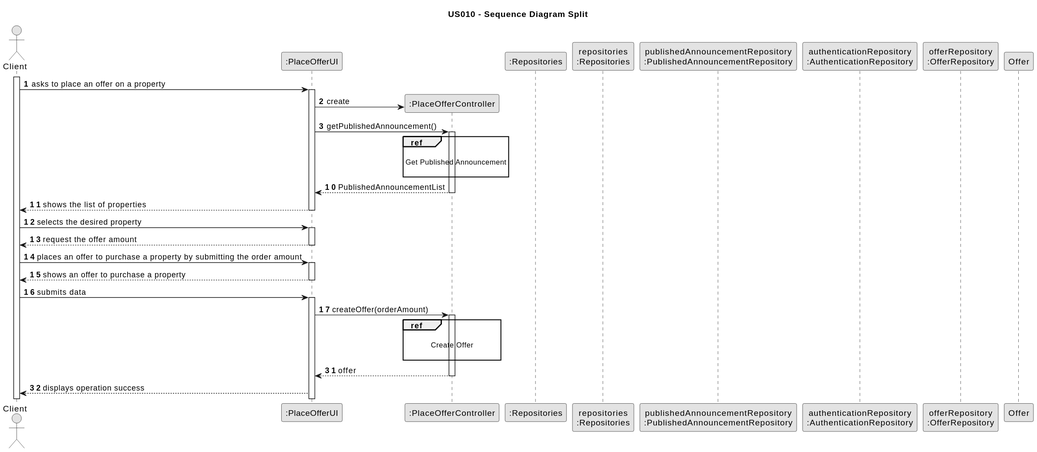
PureNimble/ISEP-LAPR2 keeps this PlantUML diagram as docs/sprintD/US010/03.design/svg/us010-sequence-diagram-split.svg. Above is the earlier version.
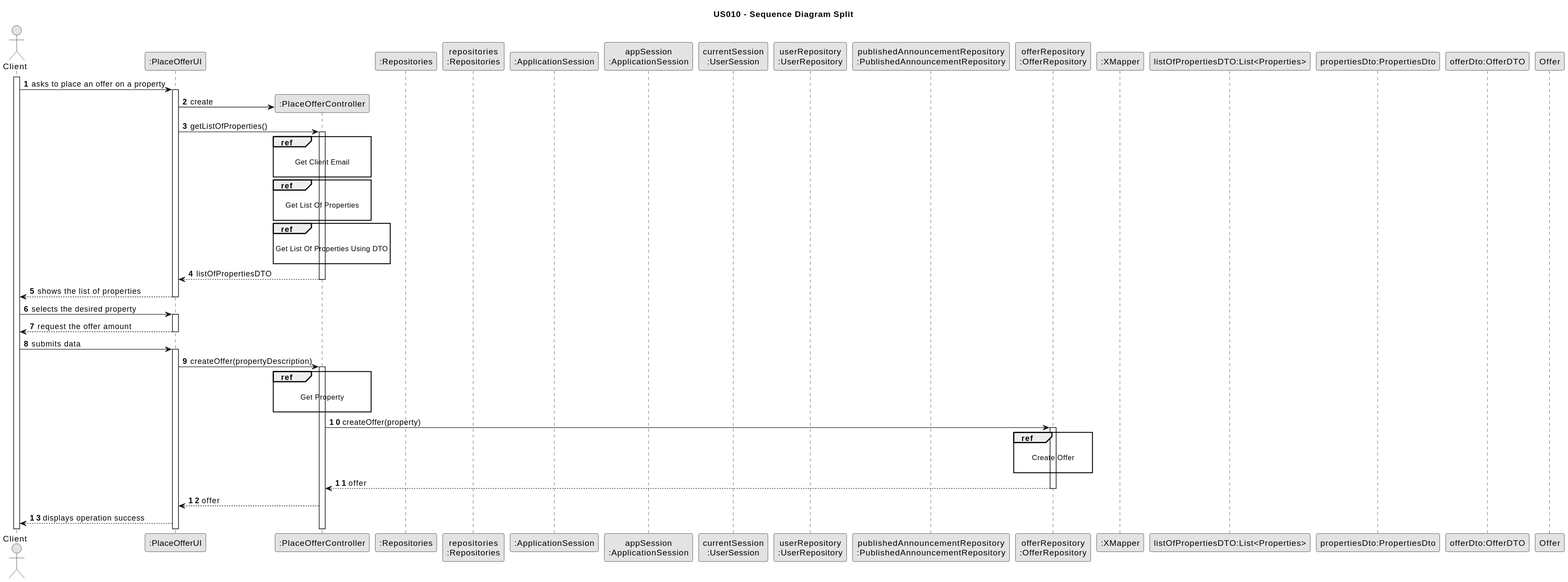
Above is the later version.

What changed in the source:
```diff
@@ -12,9 +12,16 @@
 participant ":PlaceOfferController" as Controller
 participant ":Repositories" as RepositorySingleton
 participant "repositories\n:Repositories" as Repositories
+participant ":ApplicationSession" as app
+participant "appSession\n:ApplicationSession" as APP
+participant "currentSession\n:UserSession" as User
+participant "userRepository\n:UserRepository" as UserRepository
 participant "publishedAnnouncementRepository\n:PublishedAnnouncementRepository" as PublishedAnnouncementRepository
-participant "authenticationRepository\n:AuthenticationRepository" as AuthenticationRepository
 participant "offerRepository\n:OfferRepository" as OfferRepository
+participant ":XMapper" as XMapper
+participant "listOfPropertiesDTO:List<Properties>" as listProperties
+participant "propertiesDto:PropertiesDto" as PropertiesDto
+participant "offerDto:OfferDTO" as offerDto
 participant "Offer" as Offer
 
 activate Client
@@ -24,18 +31,32 @@
 
 System -> Controller** : create
 
-System -> Controller : getPublishedAnnouncement()
+System -> Controller : getListOfProperties()
 activate Controller
 
-ref over Controller
 
-Get Published Announcement
+    ref over Controller
 
-end
+    Get Client Email
 
-autonumber 10
+    end
 
-Controller --> System : PublishedAnnouncementList
+
+    ref over Controller
+
+    Get List Of Properties
+
+    end
+
+
+    ref over Controller
+
+    Get List Of Properties Using DTO
+
+    end
+
+
+Controller --> System : listOfPropertiesDTO
 deactivate Controller
 
 System --> Client : shows the list of properties
@@ -47,28 +68,32 @@
 System --> Client : request the offer amount
 deactivate System
 
-Client -> System : places an offer to purchase a property by submitting the order amount
-activate System
-
-System --> Client : shows an offer to purchase a property
-deactivate System
-
 Client -> System : submits data
 activate System
 
-System -> Controller : createOffer(orderAmount)
+System -> Controller : createOffer(propertyDescription)
 activate Controller
 
-ref over Controller
+
+    ref over Controller
+
+    Get Property
+
+    end
+
+Controller -> OfferRepository : createOffer(property)
+activate OfferRepository
+
+    ref over OfferRepository
 
     Create Offer
 
-end
+    end
 
-autonumber 31
+OfferRepository --> Controller : offer
+deactivate OfferRepository
 
 Controller --> System : offer
-deactivate Controller
 
 System --> Client : displays operation success
 @enduml
```
